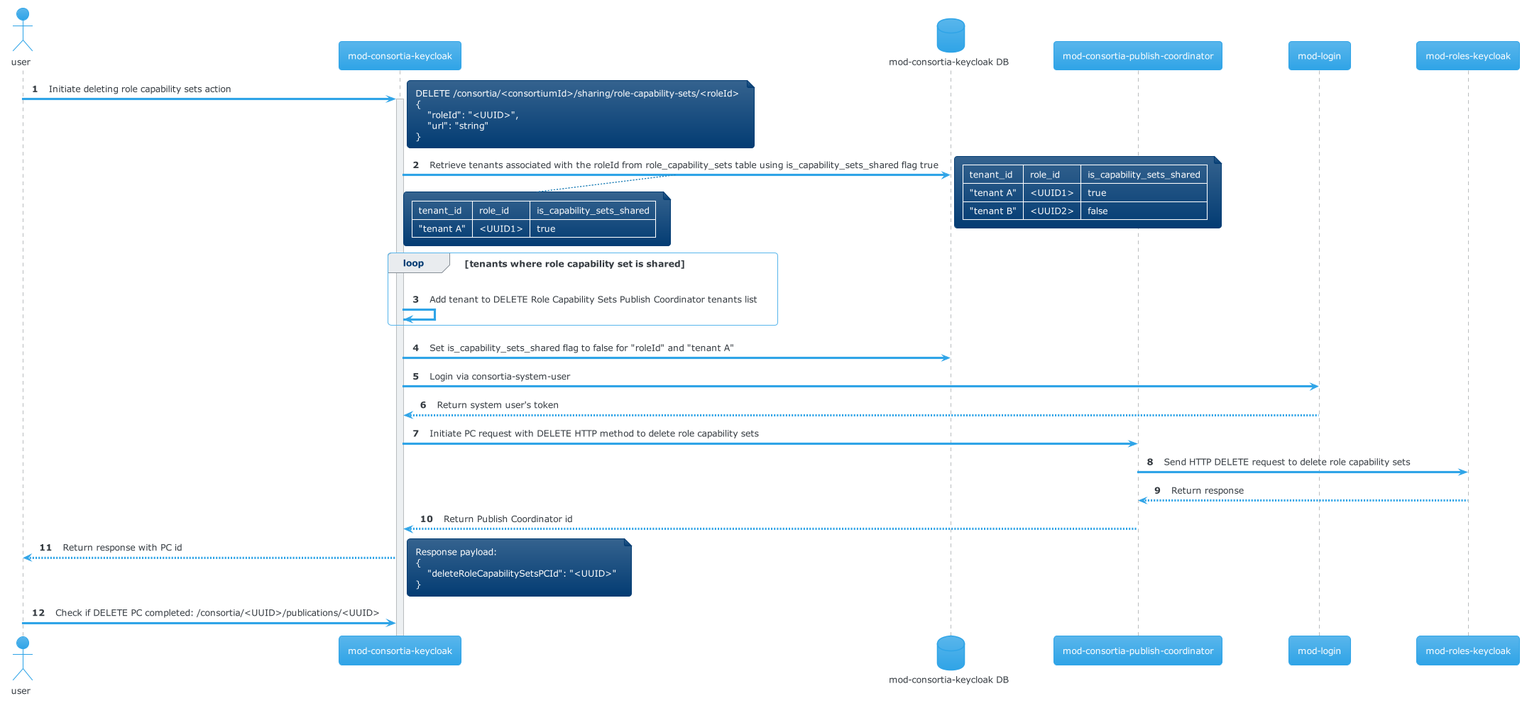
folio-org/mod-consortia-keycloak keeps this PlantUML diagram as docs/sharing-feature-sequence-dagram/sharing-role-cabalities-capablity-set-delete.png. Above is the earlier version.
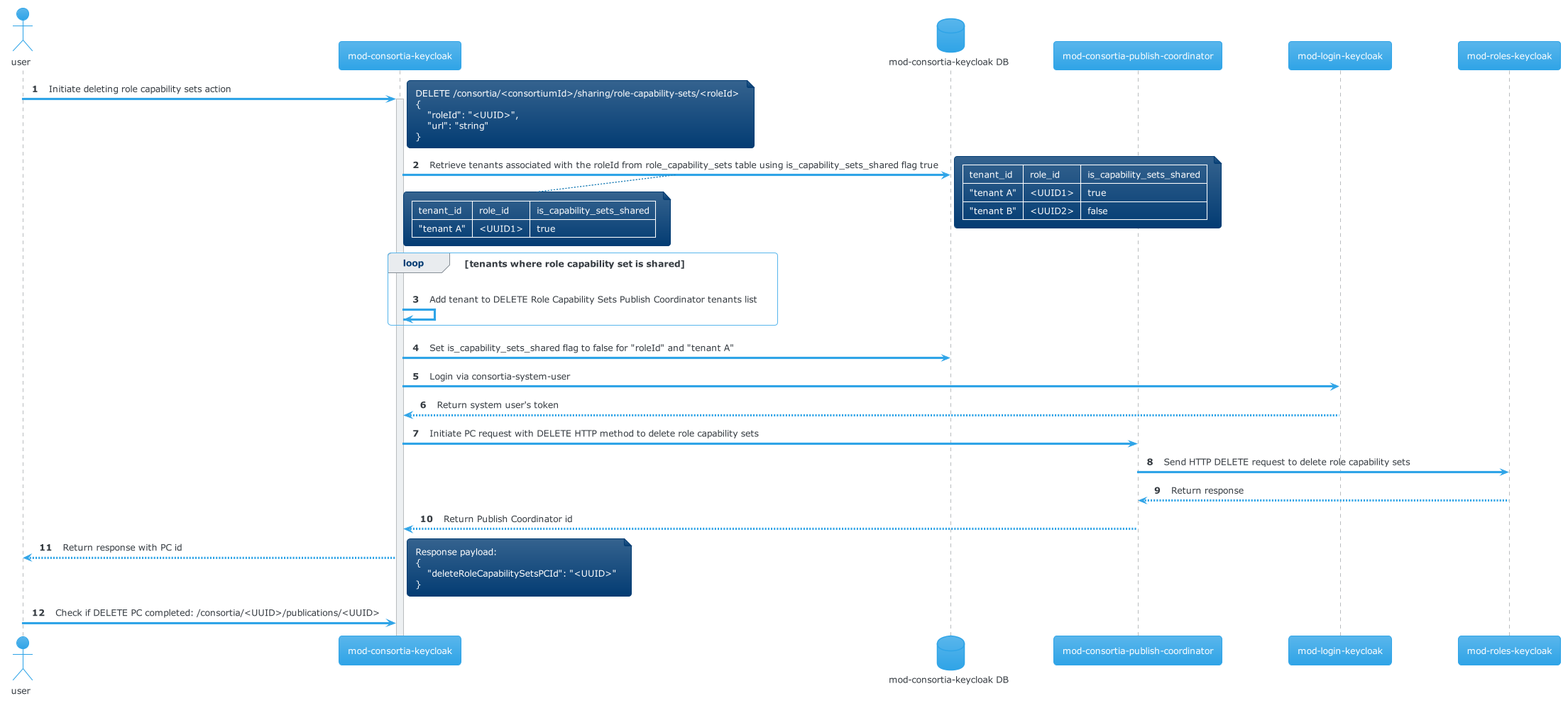
The same file after the commit.

What changed in the source:
```diff
@@ -10,7 +10,7 @@
 participant "mod-consortia-keycloak" as mck
 database "mod-consortia-keycloak DB" as mck_db
 participant "mod-consortia-publish-coordinator" as mc_pc
-participant "mod-login" as ml
+participant "mod-login-keycloak" as ml
 participant "mod-roles-keycloak" as mrk
 
 user -> mck: Initiate deleting role capability sets action
```
